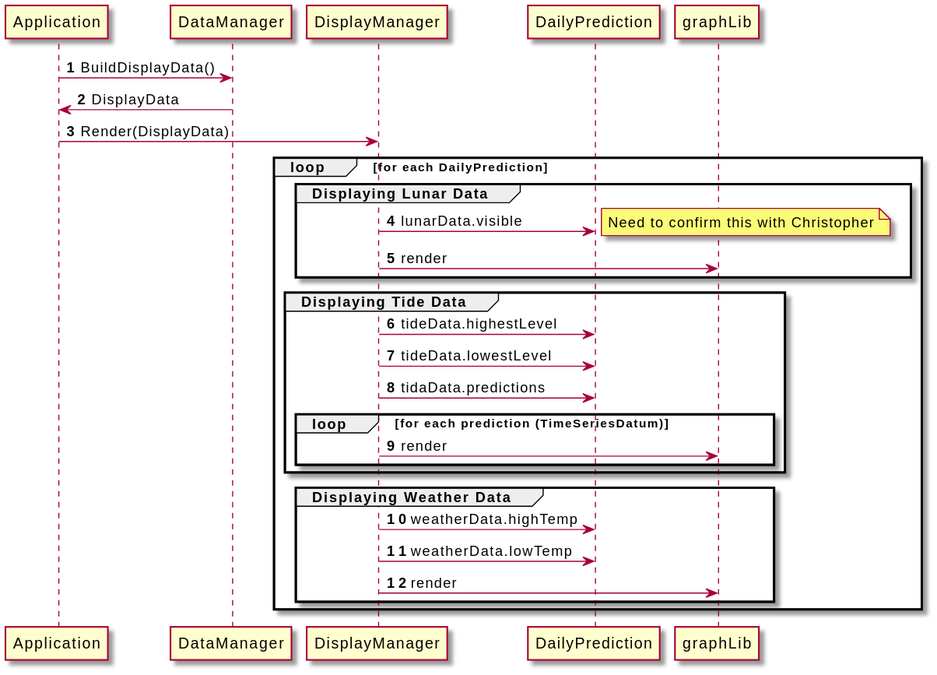
Earlier version of the PlantUML export docs/DisplayUpdateSequence.svg (ciroque/tidal).
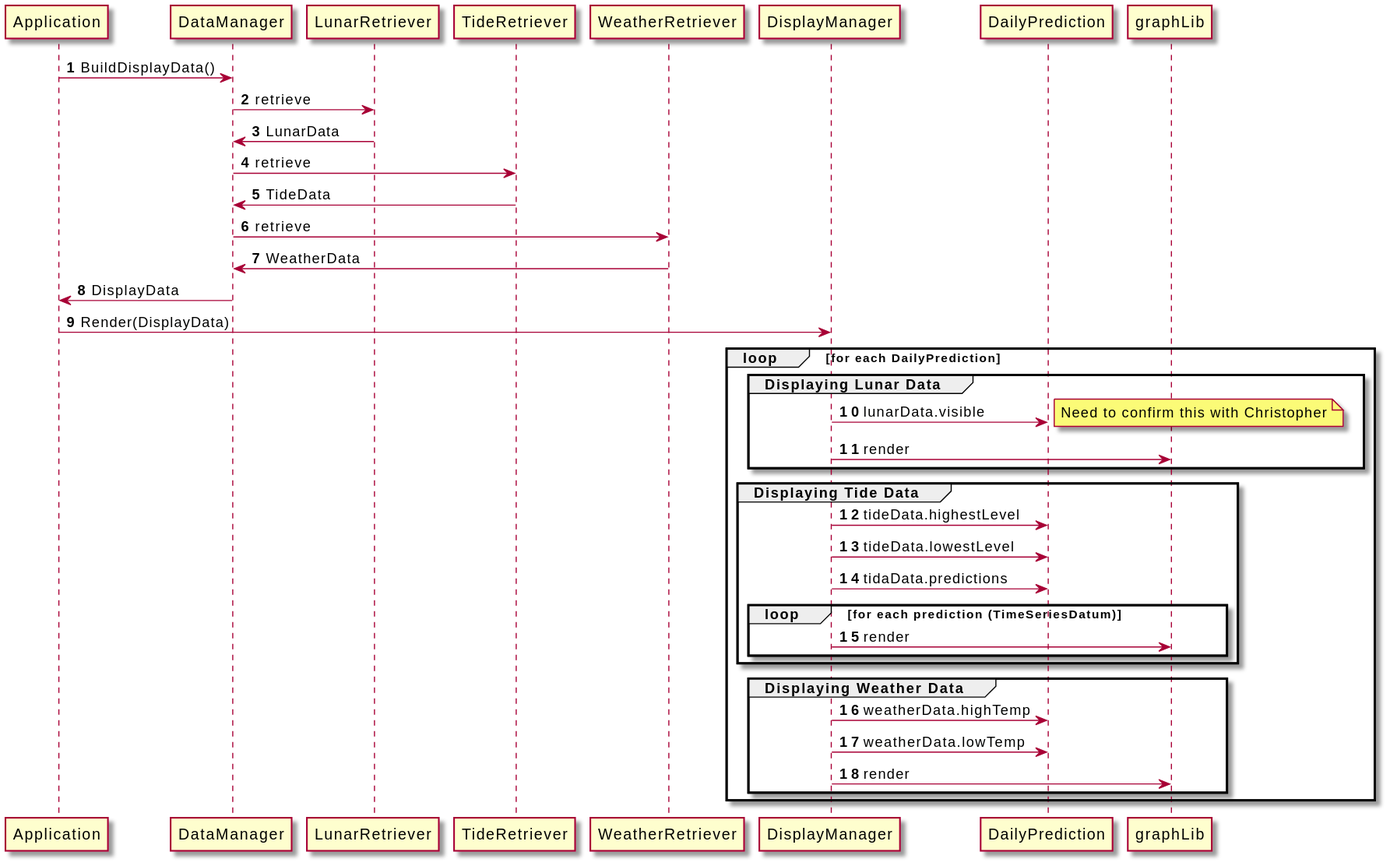
After the commit.

Commit message:
Updates the DataManager / *Retriever calls

Change to the diagram source:
```diff
@@ -3,6 +3,16 @@
 autonumber
 
 Application -> DataManager : BuildDisplayData()
+
+DataManager -> LunarRetriever : retrieve
+DataManager <- LunarRetriever : LunarData
+
+DataManager -> TideRetriever : retrieve
+DataManager <- TideRetriever : TideData
+
+DataManager -> WeatherRetriever : retrieve
+DataManager <- WeatherRetriever : WeatherData
+
 Application <- DataManager : DisplayData
 
 Application -> DisplayManager : Render(DisplayData)
```
